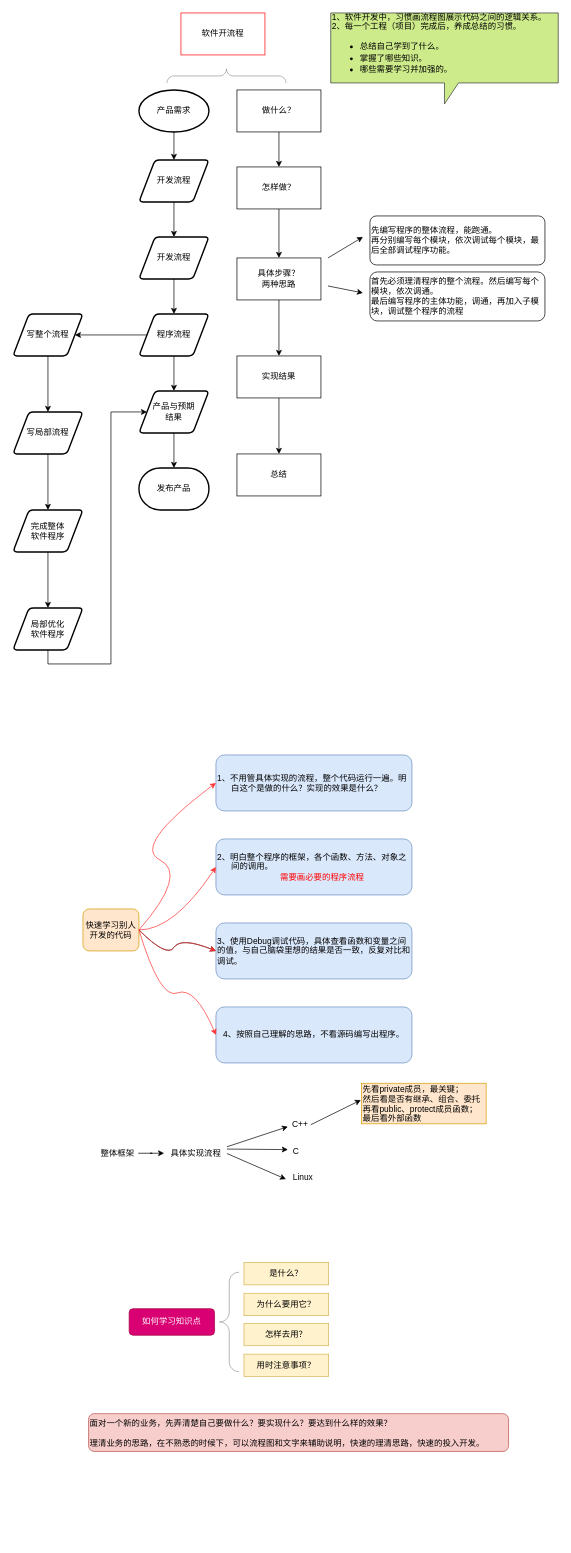
This is page "第 1 页" (1 of 2) of Product/软件开发感悟.drawio from JohnJeep/Learning-CS-Journey, a draw.io file, before an edit. Source tidied: cells renumbered, new cells numbered last; positions are measured from the earlier drawing's top-left corner, leaving out a move shared by most shapes. Both pictures are drawn from the tidied source at 70%, with x=0, y=0 at pixel (13, 13).
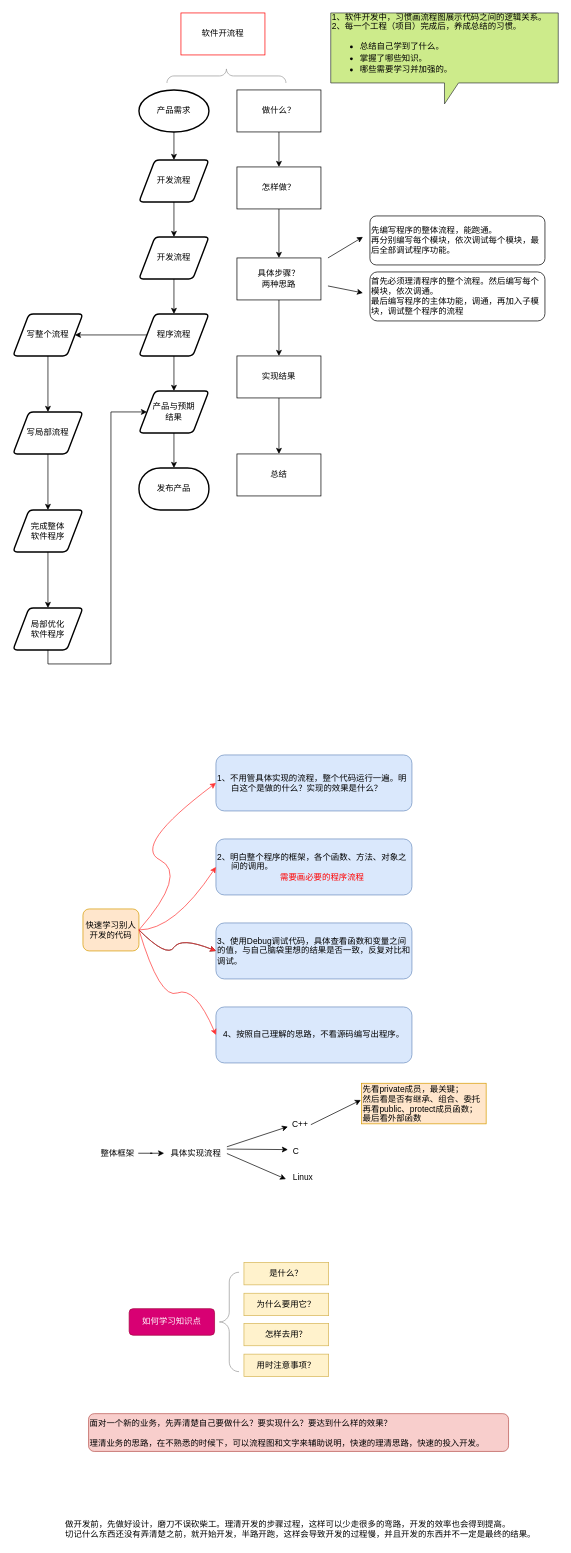
The same diagram, later.

Change to the diagram source:
```diff
@@
+    <mxCell id="66" value="&lt;div&gt;做开发前，先做好设计，磨刀不误砍柴工。理清开发的步骤过程，这样可以少走很多的弯路，开发的效率也会得到提高。&lt;/div&gt;&lt;div&gt;切记什么东西还没有弄清楚之前，就开始开发，半路开跑，这样会导致开发的过程慢，并且开发的东西并不一定是最终的结果。&lt;/div&gt;" style="text;html=1;align=left;verticalAlign=middle;" parent="1" vertex="1">
+      <mxGeometry x="72.5" y="2150" width="682" height="32" as="geometry" />
+    </mxCell>
```
